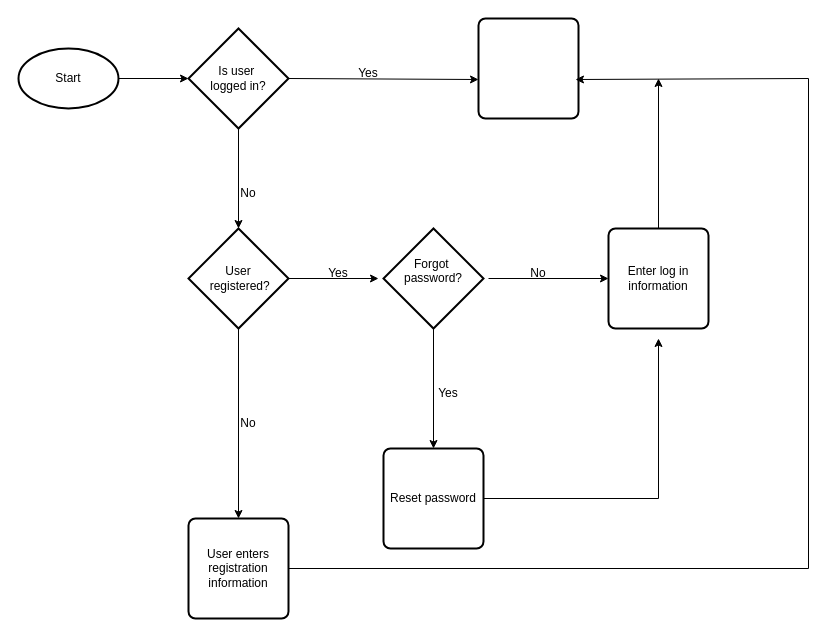
Chepkosgei-Anastansia/alx-airbnb-database keeps this draw.io diagram as Login Flowchart.drawio. Above is the earlier version. Source tidied: cells renumbered, new cells numbered last; positions are measured from the earlier drawing's top-left corner, leaving out a move shared by most shapes. Both pictures are drawn from the tidied source at 100%, with x=0, y=0 at pixel (18, 18).
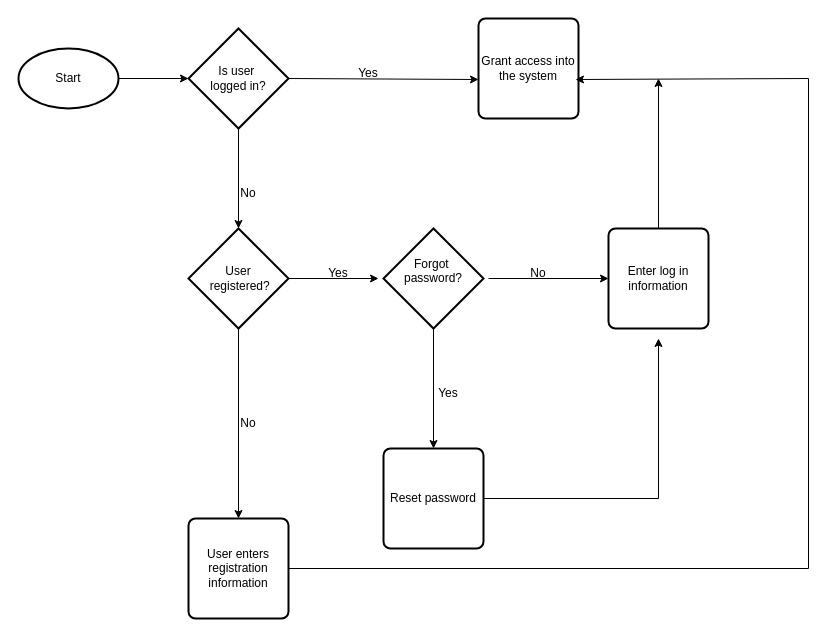
The same diagram, later.

What changed in the source:
```diff
@@
-    <mxCell id="5" style="rounded=1;whiteSpace=wrap;html=1;absoluteArcSize=1;arcSize=14;strokeWidth=2;" parent="1" vertex="1">
+    <mxCell id="5" value="Grant access into the system" style="rounded=1;whiteSpace=wrap;html=1;absoluteArcSize=1;arcSize=14;strokeWidth=2;" parent="1" vertex="1">
       <mxGeometry x="460" width="100" height="100" as="geometry" />
     </mxCell>
```
